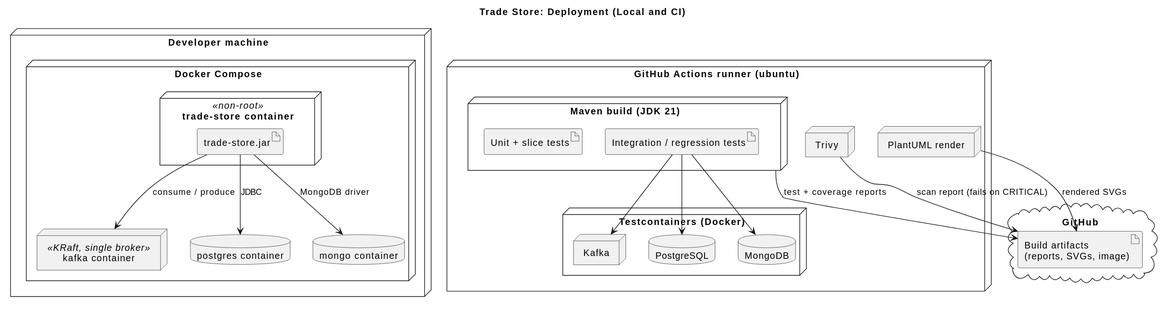
The PlantUML diagram docs/diagrams/out/03-deployment.svg in kuldipkumar/Trade-store, before a commit.
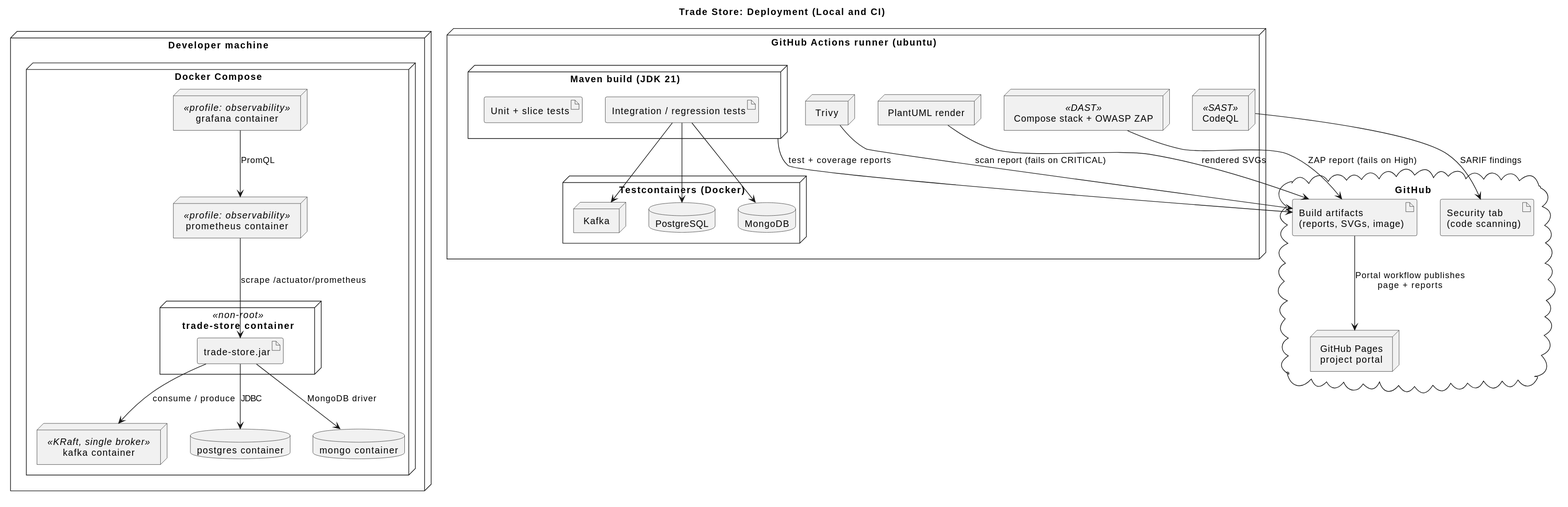
After the change.

Commit message:
docs: A-47, US-604.2, US-609.1 review fixes: pipeline and deployment diagrams, ADR-009 to ADR-011, portal KPI and pipeline lane, demo count

Change to the diagram source:
```diff
@@ -9,6 +9,8 @@
     node "kafka container" as kafkac <<KRaft, single broker>>
     database "postgres container" as pgc
     database "mongo container" as mongoc
+    node "prometheus container" as promc <<profile: observability>>
+    node "grafana container" as grafc <<profile: observability>>
   }
 }
 
@@ -24,10 +26,14 @@
   }
   node "Trivy" as trivy
   node "PlantUML render" as puml
+  node "Compose stack + OWASP ZAP" as zap <<DAST>>
+  node "CodeQL" as codeql <<SAST>>
 }
 
 cloud "GitHub" as gh {
   artifact "Build artifacts\n(reports, SVGs, image)" as artifacts
+  artifact "Security tab\n(code scanning)" as sectab
+  node "GitHub Pages\nproject portal" as pages
 }
 
 jar --> kafkac : consume / produce
@@ -40,4 +46,9 @@
 mvn --> artifacts : test + coverage reports
 trivy --> artifacts : scan report (fails on CRITICAL)
 puml --> artifacts : rendered SVGs
+zap --> artifacts : ZAP report (fails on High)
+codeql --> sectab : SARIF findings
+artifacts --> pages : Portal workflow publishes\npage + reports
+promc --> jar : scrape /actuator/prometheus
+grafc --> promc : PromQL
 @enduml
```
